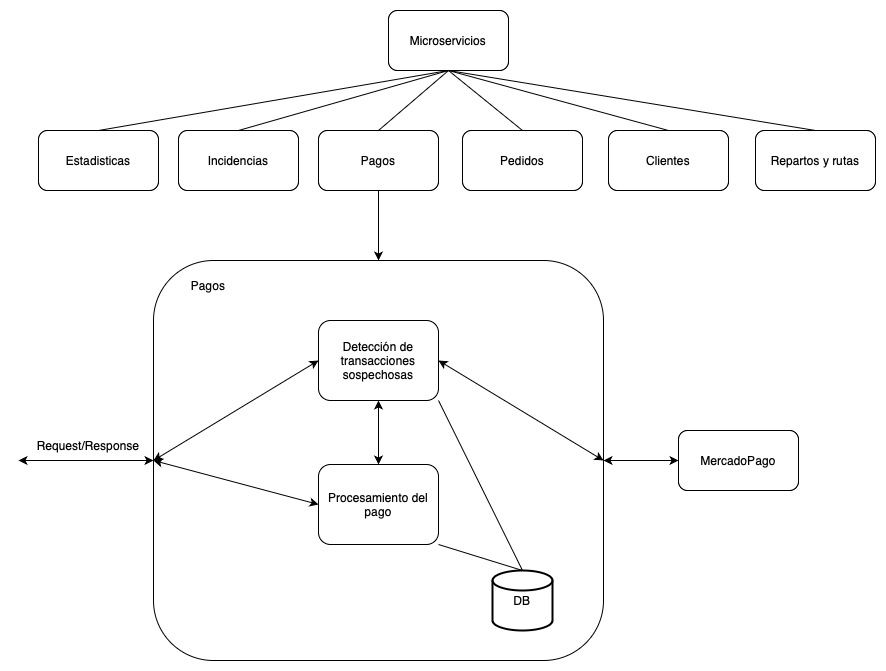
This is docs/resources/pagos.png from nicolasdartayeta/TPEDiseno-Dartayeta-Fernandez, a draw.io export, as it was before one commit. Source tidied: cells renumbered, new cells last; positions are measured from the earlier drawing's top-left corner, leaving out a move shared by most shapes. Its diagram source:
```xml
<mxGraphModel>
  <root>
    <mxCell id="0" />
    <mxCell id="1" parent="0" />
    <mxCell id="2" value="Clientes" style="rounded=1;whiteSpace=wrap;html=1;" parent="1" vertex="1">
      <mxGeometry x="590" y="120" width="120" height="60" as="geometry" />
    </mxCell>
    <mxCell id="3" value="Pedidos" style="rounded=1;whiteSpace=wrap;html=1;" parent="1" vertex="1">
      <mxGeometry x="444" y="120" width="120" height="60" as="geometry" />
    </mxCell>
    <mxCell id="4" value="Repartos y rutas" style="rounded=1;whiteSpace=wrap;html=1;" parent="1" vertex="1">
      <mxGeometry x="737" y="120" width="120" height="60" as="geometry" />
    </mxCell>
    <mxCell id="5" value="Estadisticas" style="rounded=1;whiteSpace=wrap;html=1;" parent="1" vertex="1">
      <mxGeometry x="20" y="120" width="120" height="60" as="geometry" />
    </mxCell>
    <mxCell id="6" value="Incidencias" style="rounded=1;whiteSpace=wrap;html=1;" parent="1" vertex="1">
      <mxGeometry x="160" y="120" width="120" height="60" as="geometry" />
    </mxCell>
    <mxCell id="7" value="Pagos" style="rounded=1;whiteSpace=wrap;html=1;" parent="1" vertex="1">
      <mxGeometry x="300" y="120" width="120" height="60" as="geometry" />
    </mxCell>
    <mxCell id="8" value="Microservicios" style="rounded=1;whiteSpace=wrap;html=1;" parent="1" vertex="1">
      <mxGeometry x="370" width="120" height="60" as="geometry" />
    </mxCell>
    <mxCell id="9" style="endArrow=none;html=1;rounded=0;exitX=0.5;exitY=0;exitDx=0;exitDy=0;entryX=0.5;entryY=1;entryDx=0;entryDy=0;" parent="1" edge="1" source="5" target="8">
      <mxGeometry relative="1" as="geometry" />
    </mxCell>
    <mxCell id="10" style="endArrow=none;html=1;rounded=0;exitX=0.5;exitY=0;exitDx=0;exitDy=0;entryX=0.5;entryY=1;entryDx=0;entryDy=0;" parent="1" edge="1" source="6" target="8">
      <mxGeometry relative="1" as="geometry" />
    </mxCell>
    <mxCell id="11" style="endArrow=none;html=1;rounded=0;exitX=0.5;exitY=0;exitDx=0;exitDy=0;entryX=0.5;entryY=1;entryDx=0;entryDy=0;" parent="1" edge="1" source="7" target="8">
      <mxGeometry relative="1" as="geometry" />
    </mxCell>
    <mxCell id="12" style="endArrow=none;html=1;rounded=0;exitX=0.5;exitY=0;exitDx=0;exitDy=0;entryX=0.5;entryY=1;entryDx=0;entryDy=0;" parent="1" edge="1" source="3" target="8">
      <mxGeometry relative="1" as="geometry" />
    </mxCell>
    <mxCell id="13" style="endArrow=none;html=1;rounded=0;exitX=0.5;exitY=0;exitDx=0;exitDy=0;entryX=0.5;entryY=1;entryDx=0;entryDy=0;" parent="1" edge="1" source="2" target="8">
      <mxGeometry relative="1" as="geometry" />
    </mxCell>
    <mxCell id="14" style="endArrow=none;html=1;rounded=0;exitX=0.5;exitY=0;exitDx=0;exitDy=0;entryX=0.5;entryY=1;entryDx=0;entryDy=0;" parent="1" edge="1" source="4" target="8">
      <mxGeometry relative="1" as="geometry" />
    </mxCell>
    <mxCell id="15" style="rounded=1;whiteSpace=wrap;html=1;" parent="1" vertex="1">
      <mxGeometry x="135" y="250" width="450" height="400" as="geometry" />
    </mxCell>
    <mxCell id="16" value="Pagos" style="text;html=1;align=center;verticalAlign=middle;whiteSpace=wrap;rounded=0;" parent="1" vertex="1">
      <mxGeometry x="160" y="260" width="60" height="30" as="geometry" />
    </mxCell>
    <mxCell id="17" value="Detección de transacciones sospechosas" style="rounded=1;whiteSpace=wrap;html=1;" parent="1" vertex="1">
      <mxGeometry x="300" y="310" width="120" height="80" as="geometry" />
    </mxCell>
    <mxCell id="18" style="endArrow=none;html=1;rounded=0;exitX=0.5;exitY=0;exitDx=0;exitDy=0;exitPerimeter=0;entryX=1;entryY=1;entryDx=0;entryDy=0;" parent="1" edge="1" source="22" target="17">
      <mxGeometry relative="1" as="geometry" />
    </mxCell>
    <mxCell id="19" value="MercadoPago" style="rounded=1;whiteSpace=wrap;html=1;" parent="1" vertex="1">
      <mxGeometry x="660" y="420" width="120" height="60" as="geometry" />
    </mxCell>
    <mxCell id="20" value="Procesamiento del pago" style="rounded=1;whiteSpace=wrap;html=1;" parent="1" vertex="1">
      <mxGeometry x="300" y="454" width="120" height="80" as="geometry" />
    </mxCell>
    <mxCell id="21" style="endArrow=none;html=1;rounded=0;exitX=0.5;exitY=0;exitDx=0;exitDy=0;exitPerimeter=0;entryX=1;entryY=1;entryDx=0;entryDy=0;" parent="1" edge="1" source="22" target="20">
      <mxGeometry relative="1" as="geometry" />
    </mxCell>
    <mxCell id="22" value="DB" style="strokeWidth=2;html=1;shape=mxgraph.flowchart.database;whiteSpace=wrap;" parent="1" vertex="1">
      <mxGeometry x="474" y="560" width="60" height="60" as="geometry" />
    </mxCell>
    <mxCell id="23" value="Request/Response" style="text;html=1;align=center;verticalAlign=middle;whiteSpace=wrap;rounded=0;" parent="1" vertex="1">
      <mxGeometry x="10" y="420" width="120" height="30" as="geometry" />
    </mxCell>
    <mxCell id="24" style="endArrow=classic;startArrow=classic;html=1;rounded=0;exitX=1;exitY=0.5;exitDx=0;exitDy=0;entryX=1;entryY=0.5;entryDx=0;entryDy=0;" parent="1" edge="1" source="17" target="15">
      <mxGeometry relative="1" as="geometry" />
    </mxCell>
    <mxCell id="25" style="endArrow=classic;startArrow=classic;html=1;rounded=0;exitX=1;exitY=0.5;exitDx=0;exitDy=0;entryX=0;entryY=0.5;entryDx=0;entryDy=0;" parent="1" edge="1" source="15" target="19">
      <mxGeometry relative="1" as="geometry" />
    </mxCell>
    <mxCell id="26" style="endArrow=classic;startArrow=classic;html=1;rounded=0;exitX=0;exitY=0.5;exitDx=0;exitDy=0;" parent="1" edge="1" source="15">
      <mxGeometry relative="1" as="geometry">
        <mxPoint y="450" as="targetPoint" />
      </mxGeometry>
    </mxCell>
    <mxCell id="27" style="endArrow=classic;startArrow=classic;html=1;rounded=0;exitX=0;exitY=0.5;exitDx=0;exitDy=0;entryX=0;entryY=0.5;entryDx=0;entryDy=0;" parent="1" edge="1" source="20" target="15">
      <mxGeometry relative="1" as="geometry" />
    </mxCell>
    <mxCell id="28" style="endArrow=classic;startArrow=classic;html=1;rounded=0;exitX=0.5;exitY=0;exitDx=0;exitDy=0;" parent="1" edge="1" source="20" target="17">
      <mxGeometry relative="1" as="geometry" />
    </mxCell>
    <mxCell id="29" style="endArrow=classic;startArrow=classic;html=1;rounded=0;exitX=0;exitY=0.5;exitDx=0;exitDy=0;entryX=0;entryY=0.5;entryDx=0;entryDy=0;" parent="1" edge="1" source="17" target="15">
      <mxGeometry relative="1" as="geometry" />
    </mxCell>
    <mxCell id="30" style="endArrow=classic;html=1;rounded=0;exitX=0.5;exitY=1;exitDx=0;exitDy=0;entryX=0.5;entryY=0;entryDx=0;entryDy=0;" parent="1" edge="1" source="7" target="15">
      <mxGeometry relative="1" as="geometry" />
    </mxCell>
  </root>
</mxGraphModel>
```
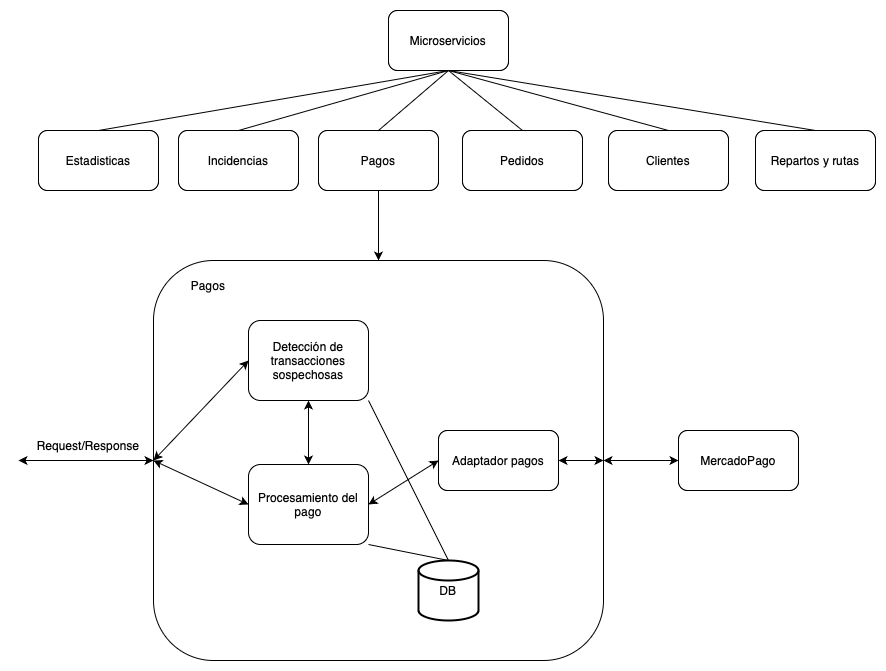
Later version of the same file.

What changed in the source:
```diff
@@ -48,7 +48,7 @@
       <mxGeometry x="160" y="260" width="60" height="30" as="geometry" />
     </mxCell>
     <mxCell id="17" value="Detección de transacciones sospechosas" style="rounded=1;whiteSpace=wrap;html=1;" parent="1" vertex="1">
-      <mxGeometry x="300" y="310" width="120" height="80" as="geometry" />
+      <mxGeometry x="230" y="310" width="120" height="80" as="geometry" />
     </mxCell>
     <mxCell id="18" style="endArrow=none;html=1;rounded=0;exitX=0.5;exitY=0;exitDx=0;exitDy=0;exitPerimeter=0;entryX=1;entryY=1;entryDx=0;entryDy=0;" parent="1" edge="1" source="22" target="17">
       <mxGeometry relative="1" as="geometry" />
@@ -57,20 +57,17 @@
       <mxGeometry x="660" y="420" width="120" height="60" as="geometry" />
     </mxCell>
     <mxCell id="20" value="Procesamiento del pago" style="rounded=1;whiteSpace=wrap;html=1;" parent="1" vertex="1">
-      <mxGeometry x="300" y="454" width="120" height="80" as="geometry" />
+      <mxGeometry x="230" y="454" width="120" height="80" as="geometry" />
     </mxCell>
     <mxCell id="21" style="endArrow=none;html=1;rounded=0;exitX=0.5;exitY=0;exitDx=0;exitDy=0;exitPerimeter=0;entryX=1;entryY=1;entryDx=0;entryDy=0;" parent="1" edge="1" source="22" target="20">
       <mxGeometry relative="1" as="geometry" />
     </mxCell>
     <mxCell id="22" value="DB" style="strokeWidth=2;html=1;shape=mxgraph.flowchart.database;whiteSpace=wrap;" parent="1" vertex="1">
-      <mxGeometry x="474" y="560" width="60" height="60" as="geometry" />
+      <mxGeometry x="400" y="550" width="60" height="60" as="geometry" />
     </mxCell>
     <mxCell id="23" value="Request/Response" style="text;html=1;align=center;verticalAlign=middle;whiteSpace=wrap;rounded=0;" parent="1" vertex="1">
       <mxGeometry x="10" y="420" width="120" height="30" as="geometry" />
     </mxCell>
-    <mxCell id="24" style="endArrow=classic;startArrow=classic;html=1;rounded=0;exitX=1;exitY=0.5;exitDx=0;exitDy=0;entryX=1;entryY=0.5;entryDx=0;entryDy=0;" parent="1" edge="1" source="17" target="15">
-      <mxGeometry relative="1" as="geometry" />
-    </mxCell>
     <mxCell id="25" style="endArrow=classic;startArrow=classic;html=1;rounded=0;exitX=1;exitY=0.5;exitDx=0;exitDy=0;entryX=0;entryY=0.5;entryDx=0;entryDy=0;" parent="1" edge="1" source="15" target="19">
       <mxGeometry relative="1" as="geometry" />
     </mxCell>
@@ -91,5 +88,14 @@
     <mxCell id="30" style="endArrow=classic;html=1;rounded=0;exitX=0.5;exitY=1;exitDx=0;exitDy=0;entryX=0.5;entryY=0;entryDx=0;entryDy=0;" parent="1" edge="1" source="7" target="15">
       <mxGeometry relative="1" as="geometry" />
     </mxCell>
+    <mxCell id="31" value="Adaptador pagos" style="rounded=1;whiteSpace=wrap;html=1;" parent="1" vertex="1">
+      <mxGeometry x="420" y="420" width="120" height="60" as="geometry" />
+    </mxCell>
+    <mxCell id="32" style="endArrow=classic;startArrow=classic;html=1;rounded=0;exitX=1;exitY=0.5;exitDx=0;exitDy=0;entryX=1;entryY=0.5;entryDx=0;entryDy=0;" parent="1" edge="1" source="31" target="15">
+      <mxGeometry relative="1" as="geometry" />
+    </mxCell>
+    <mxCell id="33" style="endArrow=classic;startArrow=classic;html=1;rounded=0;exitX=1;exitY=0.5;exitDx=0;exitDy=0;entryX=0;entryY=0.5;entryDx=0;entryDy=0;" parent="1" edge="1" source="20" target="31">
+      <mxGeometry relative="1" as="geometry" />
+    </mxCell>
   </root>
 </mxGraphModel>
```
